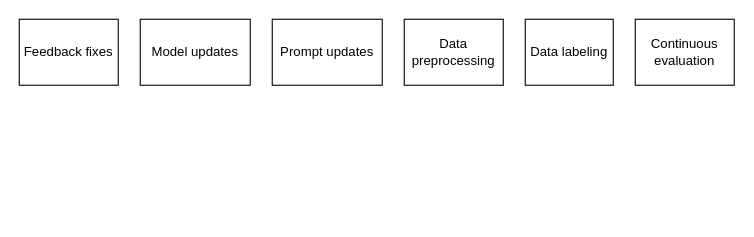
Earlier version of the draw.io diagram lockstep.drawio (sjster/draw.io). Source tidied: cells renumbered, new cells numbered last; positions are measured from the earlier drawing's top-left corner, leaving out a move shared by most shapes. Both pictures are drawn from the tidied source at 110%, with x=0, y=0 at pixel (19, 19).
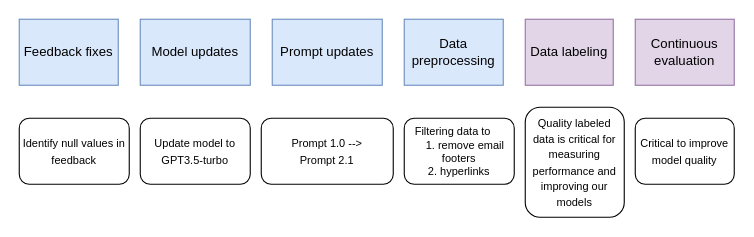
Above is the later version.

Diff of the diagram source:
```diff
@@
 <mxGraphModel>
   <root>
     <mxCell id="0" />
     <mxCell id="1" parent="0" />
-    <mxCell id="2" value="Feedback fixes" style="rounded=0;whiteSpace=wrap;html=1;" parent="1" vertex="1">
+    <mxCell id="2" value="Feedback fixes" style="rounded=0;whiteSpace=wrap;html=1;fillColor=#dae8fc;strokeColor=#6c8ebf;" parent="1" vertex="1">
       <mxGeometry width="90" height="60" as="geometry" />
     </mxCell>
-    <mxCell id="3" value="Model updates" style="rounded=0;whiteSpace=wrap;html=1;" parent="1" vertex="1">
+    <mxCell id="3" value="Model updates" style="rounded=0;whiteSpace=wrap;html=1;fillColor=#dae8fc;strokeColor=#6c8ebf;" parent="1" vertex="1">
       <mxGeometry x="110" width="100" height="60" as="geometry" />
     </mxCell>
-    <mxCell id="4" value="Prompt updates" style="rounded=0;whiteSpace=wrap;html=1;" parent="1" vertex="1">
+    <mxCell id="4" value="Prompt updates" style="rounded=0;whiteSpace=wrap;html=1;fillColor=#dae8fc;strokeColor=#6c8ebf;" parent="1" vertex="1">
       <mxGeometry x="230" width="100" height="60" as="geometry" />
     </mxCell>
-    <mxCell id="5" value="Data &lt;br&gt;preprocessing" style="rounded=0;whiteSpace=wrap;html=1;" parent="1" vertex="1">
+    <mxCell id="5" value="Data &lt;br&gt;preprocessing" style="rounded=0;whiteSpace=wrap;html=1;fillColor=#dae8fc;strokeColor=#6c8ebf;" parent="1" vertex="1">
       <mxGeometry x="350" width="90" height="60" as="geometry" />
     </mxCell>
-    <mxCell id="6" value="Data labeling" style="rounded=0;whiteSpace=wrap;html=1;" parent="1" vertex="1">
+    <mxCell id="6" value="Data labeling" style="rounded=0;whiteSpace=wrap;html=1;fillColor=#e1d5e7;strokeColor=#9673a6;" parent="1" vertex="1">
       <mxGeometry x="460" width="80" height="60" as="geometry" />
     </mxCell>
-    <mxCell id="7" value="Continuous evaluation" style="rounded=0;whiteSpace=wrap;html=1;" parent="1" vertex="1">
+    <mxCell id="7" value="Continuous evaluation" style="rounded=0;whiteSpace=wrap;html=1;fillColor=#e1d5e7;strokeColor=#9673a6;" parent="1" vertex="1">
       <mxGeometry x="560" width="90" height="60" as="geometry" />
     </mxCell>
+    <mxCell id="8" value="&lt;font style=&quot;font-size: 10px;&quot;&gt;Identify null values in feedback&lt;/font&gt;" style="rounded=1;whiteSpace=wrap;html=1;" parent="1" vertex="1">
+      <mxGeometry y="90" width="100" height="60" as="geometry" />
+    </mxCell>
+    <mxCell id="9" value="&lt;font style=&quot;font-size: 10px;&quot;&gt;Update model to GPT3.5-turbo&lt;/font&gt;" style="rounded=1;whiteSpace=wrap;html=1;" parent="1" vertex="1">
+      <mxGeometry x="110" y="90" width="100" height="60" as="geometry" />
+    </mxCell>
+    <mxCell id="10" value="&lt;font style=&quot;font-size: 10px;&quot;&gt;Prompt 1.0 --&amp;gt;&lt;br&gt;Prompt 2.1&lt;/font&gt;" style="rounded=1;whiteSpace=wrap;html=1;align=center;" parent="1" vertex="1">
+      <mxGeometry x="220" y="90" width="120" height="60" as="geometry" />
+    </mxCell>
+    <mxCell id="11" value="&lt;div style=&quot;font-size: 10px;&quot;&gt;&lt;span style=&quot;background-color: initial;&quot;&gt;&lt;font style=&quot;font-size: 10px;&quot;&gt;Filtering data to&amp;nbsp; &amp;nbsp;&amp;nbsp;&lt;/font&gt;&lt;/span&gt;&lt;/div&gt;&lt;div style=&quot;font-size: 10px;&quot;&gt;&lt;span style=&quot;background-color: initial;&quot;&gt;&lt;font style=&quot;font-size: 10px;&quot;&gt;&amp;nbsp; &amp;nbsp; 1. remove email footers&lt;/font&gt;&lt;/span&gt;&lt;/div&gt;&lt;div style=&quot;font-size: 10px;&quot;&gt;&lt;span style=&quot;background-color: initial;&quot;&gt;&lt;font style=&quot;font-size: 10px;&quot;&gt;2. hyperlinks&lt;/font&gt;&lt;/span&gt;&lt;/div&gt;" style="rounded=1;whiteSpace=wrap;html=1;align=center;" parent="1" vertex="1">
+      <mxGeometry x="350" y="90" width="100" height="60" as="geometry" />
+    </mxCell>
+    <mxCell id="12" value="&lt;font style=&quot;font-size: 10px;&quot;&gt;Quality labeled data is critical for measuring performance and improving our models&lt;/font&gt;" style="rounded=1;whiteSpace=wrap;html=1;" parent="1" vertex="1">
+      <mxGeometry x="460" y="80" width="90" height="100" as="geometry" />
+    </mxCell>
+    <mxCell id="13" value="&lt;font style=&quot;font-size: 10px;&quot;&gt;Critical to improve model quality&lt;/font&gt;" style="rounded=1;whiteSpace=wrap;html=1;" parent="1" vertex="1">
+      <mxGeometry x="560" y="90" width="90" height="60" as="geometry" />
+    </mxCell>
   </root>
 </mxGraphModel>
```
